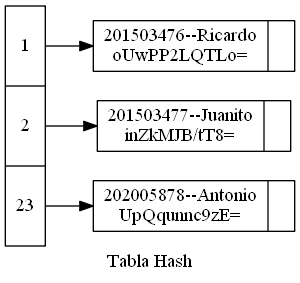
Above: EDD_Proyecto2/Reportes/Hash.png in hr9457/EDD_1S2020_PY2_201314296 (Graphviz), before the change. Its source is kept beside it as EDD_Proyecto2/ArchivosDot/Hash.dot.
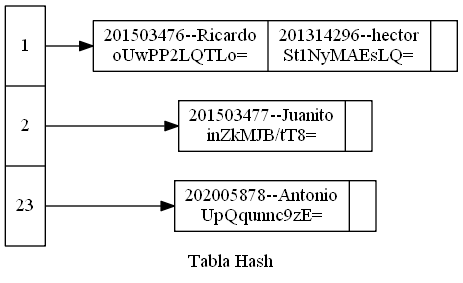
After the change.

Change to the diagram source:
```diff
@@ -3,7 +3,7 @@
 rankdir=LR;
 node [shape=record,width=0.1,height=0.1];
 nodo0 [label = "  <f0>1| <f1>2| <f2>23 " , height=2.5];
-nodo1[label = " {201503476--Ricardo\noUwPP2LQTLo=|}"];
+nodo1[label = " {201503476--Ricardo\noUwPP2LQTLo=|201314296--hector\nSt1NyMAEsLQ=|}"];
 nodo2[label = " {201503477--Juanito\ninZkMJB/tT8=|}"];
 nodo3[label = " {202005878--Antonio\nUpQqunnc9zE=|}"];
 
```
